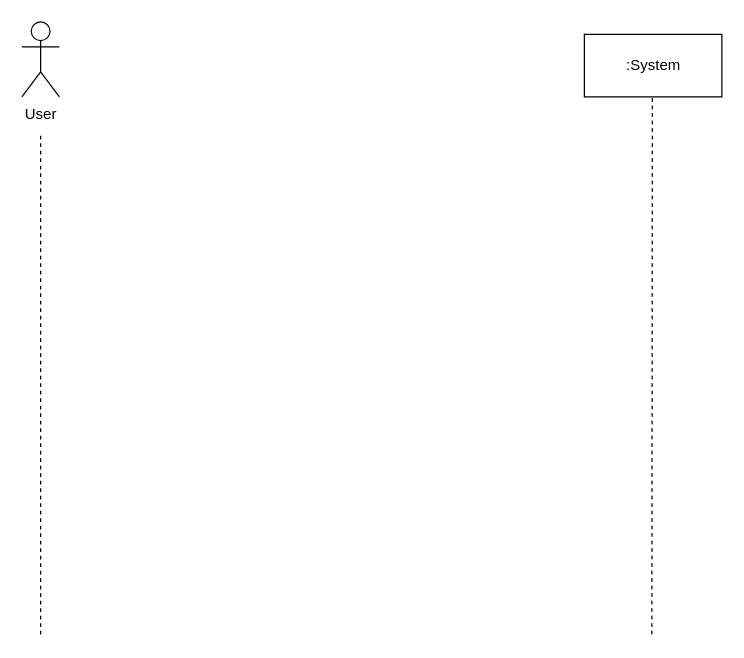
Esaied19/Team-Albatross keeps this draw.io diagram as SSD - Graph Timeline.drawio. Above is the earlier version. Source tidied: cells renumbered, new cells numbered last; positions are measured from the earlier drawing's top-left corner, leaving out a move shared by most shapes. Both pictures are drawn from the tidied source at 125%, with x=0, y=0 at pixel (21, 21).
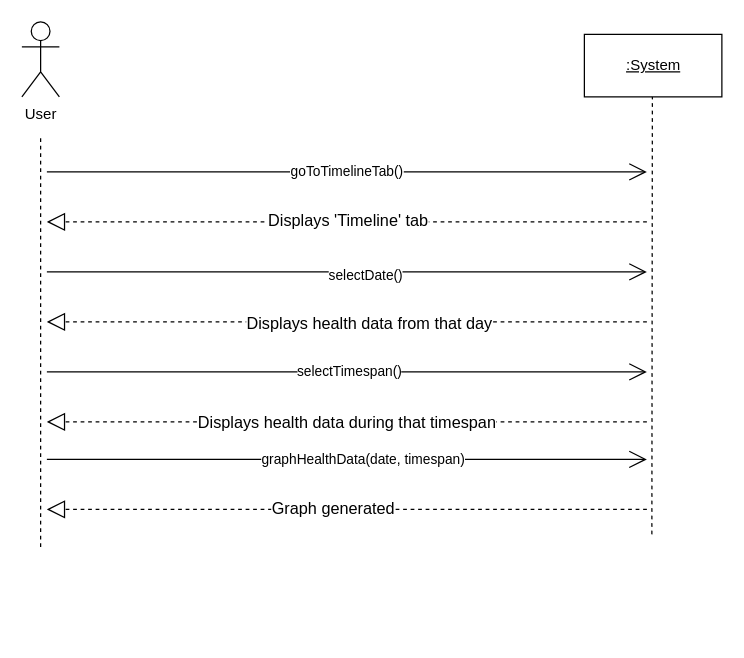
The same diagram, later.

Diff of the diagram source:
```diff
@@
-    <mxCell id="3" value=":System" style="html=1;" parent="1" vertex="1">
+    <mxCell id="3" value="&lt;u&gt;:System&lt;/u&gt;" style="html=1;" parent="1" vertex="1">
       <mxGeometry x="450" y="10" width="110" height="50" as="geometry" />
     </mxCell>
     <mxCell id="4" style="endArrow=none;dashed=1;html=1;rounded=0;" parent="1" edge="1">
       <mxGeometry relative="1" as="geometry">
-        <mxPoint x="15" y="490" as="sourcePoint" />
+        <mxPoint x="15" y="420" as="sourcePoint" />
         <mxPoint x="15" y="90" as="targetPoint" />
       </mxGeometry>
     </mxCell>
     <mxCell id="5" style="endArrow=none;dashed=1;html=1;rounded=0;" parent="1" edge="1">
       <mxGeometry relative="1" as="geometry">
-        <mxPoint x="504" y="490" as="sourcePoint" />
+        <mxPoint x="504" y="410" as="sourcePoint" />
         <mxPoint x="504.4" y="60" as="targetPoint" />
       </mxGeometry>
     </mxCell>
+    <mxCell id="6" value="goToTimelineTab()" style="endArrow=open;endFill=1;endSize=12;html=1;rounded=0;" parent="1" edge="1">
+      <mxGeometry relative="1" as="geometry">
+        <mxPoint x="20" y="120" as="sourcePoint" />
+        <mxPoint x="500" y="120" as="targetPoint" />
+      </mxGeometry>
+    </mxCell>
+    <mxCell id="7" style="endArrow=open;endFill=1;endSize=12;html=1;rounded=0;" parent="1" edge="1">
+      <mxGeometry relative="1" as="geometry">
+        <mxPoint x="20" y="200" as="sourcePoint" />
+        <mxPoint x="500" y="200" as="targetPoint" />
+      </mxGeometry>
+    </mxCell>
+    <mxCell id="8" value="selectDate()" style="edgeLabel;html=1;align=center;verticalAlign=middle;" parent="7" vertex="1">
+      <mxGeometry x="0.06" y="-2" relative="1" as="geometry" />
+    </mxCell>
+    <mxCell id="9" style="endArrow=open;endFill=1;endSize=12;html=1;rounded=0;" parent="1" edge="1">
+      <mxGeometry relative="1" as="geometry">
+        <mxPoint x="20" y="280" as="sourcePoint" />
+        <mxPoint x="500" y="280" as="targetPoint" />
+      </mxGeometry>
+    </mxCell>
+    <mxCell id="10" value="selectTimespan()" style="edgeLabel;html=1;align=center;verticalAlign=middle;" parent="9" vertex="1">
+      <mxGeometry x="-0.08" y="1" relative="1" as="geometry">
+        <mxPoint x="20" as="offset" />
+      </mxGeometry>
+    </mxCell>
+    <mxCell id="11" style="endArrow=open;endFill=1;endSize=12;html=1;rounded=0;" parent="1" edge="1">
+      <mxGeometry relative="1" as="geometry">
+        <mxPoint x="20" y="350" as="sourcePoint" />
+        <mxPoint x="500" y="350" as="targetPoint" />
+      </mxGeometry>
+    </mxCell>
+    <mxCell id="12" value="graphHealthData(date, timespan)" style="edgeLabel;html=1;align=center;verticalAlign=middle;" parent="11" vertex="1">
+      <mxGeometry x="0.05" y="1" relative="1" as="geometry" />
+    </mxCell>
+    <mxCell id="13" style="endArrow=block;dashed=1;endFill=0;endSize=12;html=1;rounded=0;" parent="1" edge="1">
+      <mxGeometry relative="1" as="geometry">
+        <mxPoint x="500" y="160" as="sourcePoint" />
+        <mxPoint x="20" y="160" as="targetPoint" />
+      </mxGeometry>
+    </mxCell>
+    <mxCell id="14" value="&lt;span style=&quot;font-size: 13px ; color: #000000 ; font-weight: normal ; text-decoration: none ; font-family: &amp;#34;arial&amp;#34; ; font-style: normal&quot;&gt;Displays 'Timeline' tab&lt;/span&gt;" style="edgeLabel;html=1;align=center;verticalAlign=middle;" parent="13" vertex="1">
+      <mxGeometry x="0.07" y="-2" relative="1" as="geometry">
+        <mxPoint x="17" as="offset" />
+      </mxGeometry>
+    </mxCell>
+    <mxCell id="15" style="endArrow=block;dashed=1;endFill=0;endSize=12;html=1;rounded=0;" parent="1" edge="1">
+      <mxGeometry relative="1" as="geometry">
+        <mxPoint x="500" y="240" as="sourcePoint" />
+        <mxPoint x="20" y="240" as="targetPoint" />
+      </mxGeometry>
+    </mxCell>
+    <mxCell id="16" value="&lt;span style=&quot;font-size: 13px ; color: #000000 ; font-weight: normal ; text-decoration: none ; font-family: &amp;#34;arial&amp;#34; ; font-style: normal&quot;&gt;Displays health data from that day&lt;/span&gt;" style="edgeLabel;html=1;align=center;verticalAlign=middle;" parent="15" vertex="1">
+      <mxGeometry x="-0.07" relative="1" as="geometry" />
+    </mxCell>
+    <mxCell id="17" value="&lt;span style=&quot;font-size: 13px ; color: #000000 ; font-weight: normal ; text-decoration: none ; font-family: &amp;#34;arial&amp;#34; ; font-style: normal&quot;&gt;Displays health data during that timespan&lt;/span&gt;" style="endArrow=block;dashed=1;endFill=0;endSize=12;html=1;rounded=0;" parent="1" edge="1">
+      <mxGeometry relative="1" as="geometry">
+        <mxPoint x="500" y="320" as="sourcePoint" />
+        <mxPoint x="20" y="320" as="targetPoint" />
+      </mxGeometry>
+    </mxCell>
+    <mxCell id="18" style="endArrow=block;dashed=1;endFill=0;endSize=12;html=1;rounded=0;" parent="1" edge="1">
+      <mxGeometry relative="1" as="geometry">
+        <mxPoint x="500" y="390" as="sourcePoint" />
+        <mxPoint x="20" y="390" as="targetPoint" />
+      </mxGeometry>
+    </mxCell>
+    <mxCell id="19" value="&lt;span style=&quot;font-size: 13px ; color: #000000 ; font-weight: normal ; text-decoration: none ; font-family: &amp;#34;arial&amp;#34; ; font-style: normal&quot;&gt;Graph generated&lt;/span&gt;" style="edgeLabel;html=1;align=center;verticalAlign=middle;" parent="18" vertex="1">
+      <mxGeometry x="0.05" y="-2" relative="1" as="geometry" />
+    </mxCell>
```
